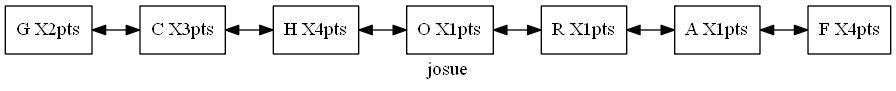
Before: Reportes/ListaJugador.png, a diagram exported from Graphviz (hr9457/EDD_1S2020_PY1_201314296). Its source is kept beside it as ArchivosDot/ListaJugador.dot.
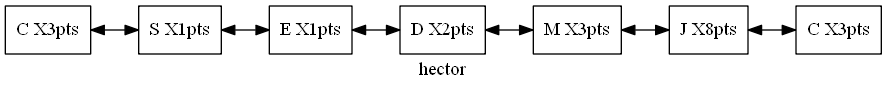
After the commit.

The edit, as a diff of the source:
```diff
@@ -1,18 +1,18 @@
 digraph Lista {
 rankdir=LR;
 node [shape=record];
-Nodo0[label="G  X2pts"]
-Nodo1[label="C  X3pts"]
-Nodo2[label="H  X4pts"]
-Nodo3[label="O  X1pts"]
-Nodo4[label="R  X1pts"]
-Nodo5[label="A  X1pts"]
-Nodo6[label="F  X4pts"]
+Nodo0[label="C  X3pts"]
+Nodo1[label="S  X1pts"]
+Nodo2[label="E  X1pts"]
+Nodo3[label="D  X2pts"]
+Nodo4[label="M  X3pts"]
+Nodo5[label="J  X8pts"]
+Nodo6[label="C  X3pts"]
 Nodo0->Nodo1[dir=both];
 Nodo1->Nodo2[dir=both];
 Nodo2->Nodo3[dir=both];
 Nodo3->Nodo4[dir=both];
 Nodo4->Nodo5[dir=both];
 Nodo5->Nodo6[dir=both];
-label="josue";
+label="hector";
 }
```
